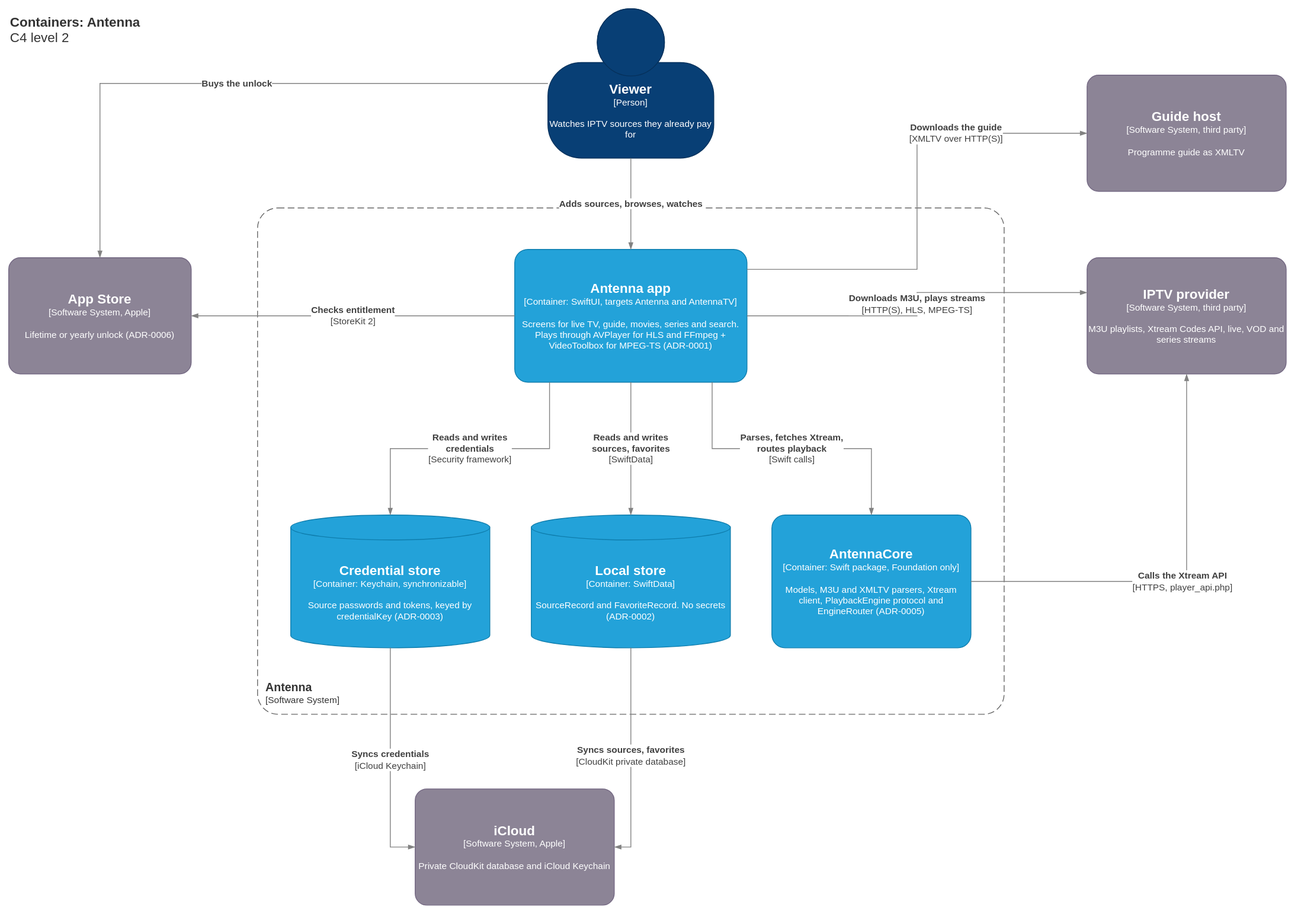
Earlier version of the draw.io export docs/architecture/c4-container.drawio.svg (OlofLoov/antenna). Source tidied: cells renumbered, new cells last; positions are measured from the earlier drawing's top-left corner, leaving out a move shared by most shapes. Its diagram source:
```xml
<mxGraphModel background="#ffffff">
  <root>
    <mxCell id="0" />
    <mxCell id="1" parent="0" />
    <mxCell id="2" value="&lt;b&gt;Containers: Antenna&lt;/b&gt;&lt;div&gt;C4 level 2&lt;/div&gt;" style="text;html=1;align=left;verticalAlign=top;fontSize=16;fontColor=#333333;" parent="1" vertex="1">
      <mxGeometry width="300" height="50" as="geometry" />
    </mxCell>
    <mxCell id="3" value="&lt;font style='font-size:16px'&gt;&lt;b&gt;Viewer&lt;/b&gt;&lt;/font&gt;&lt;div&gt;[Person]&lt;/div&gt;&lt;br&gt;&lt;div&gt;Watches IPTV sources they already pay for&lt;/div&gt;" style="html=1;fontSize=11;dashed=0;whiteSpace=wrap;fillColor=#083F75;strokeColor=#06315C;fontColor=#ffffff;shape=mxgraph.c4.person2;align=center;points=[[0.5,0,0],[1,0.5,0],[1,0.75,0],[0.75,1,0],[0.5,1,0],[0.25,1,0],[0,0.75,0],[0,0.5,0]];" parent="1" vertex="1">
      <mxGeometry x="650" width="200" height="180" as="geometry" />
    </mxCell>
    <mxCell id="4" value="&lt;font style='font-size:14px'&gt;&lt;b&gt;Antenna&lt;/b&gt;&lt;/font&gt;&lt;div&gt;[Software System]&lt;/div&gt;" style="rounded=1;fontSize=11;whiteSpace=wrap;html=1;dashed=1;arcSize=4;fillColor=none;strokeColor=#666666;fontColor=#333333;labelBackgroundColor=none;align=left;verticalAlign=bottom;spacing=10;dashPattern=8 4;" parent="1" vertex="1">
      <mxGeometry x="300" y="240" width="900" height="610" as="geometry" />
    </mxCell>
    <mxCell id="5" value="&lt;font style='font-size:16px'&gt;&lt;b&gt;Antenna app&lt;/b&gt;&lt;/font&gt;&lt;div&gt;[Container: SwiftUI, targets Antenna and AntennaTV]&lt;/div&gt;&lt;br&gt;&lt;div&gt;Screens for live TV, guide, movies, series and search. Plays through AVPlayer for HLS and FFmpeg + VideoToolbox for MPEG-TS (ADR-0001)&lt;/div&gt;" style="rounded=1;whiteSpace=wrap;html=1;labelBackgroundColor=none;fillColor=#23A2D9;fontColor=#ffffff;align=center;arcSize=10;strokeColor=#0E7DAD;fontSize=11;" parent="1" vertex="1">
      <mxGeometry x="610" y="290" width="280" height="160" as="geometry" />
    </mxCell>
    <mxCell id="6" value="&lt;font style='font-size:16px'&gt;&lt;b&gt;Credential store&lt;/b&gt;&lt;/font&gt;&lt;div&gt;[Container: Keychain, synchronizable]&lt;/div&gt;&lt;br&gt;&lt;div&gt;Source passwords and tokens, keyed by credentialKey (ADR-0003)&lt;/div&gt;" style="shape=cylinder3;size=15;boundedLbl=1;whiteSpace=wrap;html=1;labelBackgroundColor=none;fillColor=#23A2D9;fontColor=#ffffff;align=center;strokeColor=#0E7DAD;fontSize=11;" parent="1" vertex="1">
      <mxGeometry x="340" y="610" width="240" height="160" as="geometry" />
    </mxCell>
    <mxCell id="7" value="&lt;font style='font-size:16px'&gt;&lt;b&gt;Local store&lt;/b&gt;&lt;/font&gt;&lt;div&gt;[Container: SwiftData]&lt;/div&gt;&lt;br&gt;&lt;div&gt;SourceRecord and FavoriteRecord. No secrets (ADR-0002)&lt;/div&gt;" style="shape=cylinder3;size=15;boundedLbl=1;whiteSpace=wrap;html=1;labelBackgroundColor=none;fillColor=#23A2D9;fontColor=#ffffff;align=center;strokeColor=#0E7DAD;fontSize=11;" parent="1" vertex="1">
      <mxGeometry x="630" y="610" width="240" height="160" as="geometry" />
    </mxCell>
    <mxCell id="8" value="&lt;font style='font-size:16px'&gt;&lt;b&gt;AntennaCore&lt;/b&gt;&lt;/font&gt;&lt;div&gt;[Container: Swift package, Foundation only]&lt;/div&gt;&lt;br&gt;&lt;div&gt;Models, M3U and XMLTV parsers, Xtream client, PlaybackEngine protocol and EngineRouter (ADR-0005)&lt;/div&gt;" style="rounded=1;whiteSpace=wrap;html=1;labelBackgroundColor=none;fillColor=#23A2D9;fontColor=#ffffff;align=center;arcSize=10;strokeColor=#0E7DAD;fontSize=11;" parent="1" vertex="1">
      <mxGeometry x="920" y="610" width="240" height="160" as="geometry" />
    </mxCell>
    <mxCell id="9" value="&lt;font style='font-size:16px'&gt;&lt;b&gt;App Store&lt;/b&gt;&lt;/font&gt;&lt;div&gt;[Software System, Apple]&lt;/div&gt;&lt;br&gt;&lt;div&gt;Lifetime or yearly unlock (ADR-0006)&lt;/div&gt;" style="rounded=1;whiteSpace=wrap;html=1;labelBackgroundColor=none;fillColor=#8C8496;fontColor=#ffffff;align=center;arcSize=10;strokeColor=#736782;fontSize=11;" parent="1" vertex="1">
      <mxGeometry y="300" width="220" height="140" as="geometry" />
    </mxCell>
    <mxCell id="10" value="&lt;font style='font-size:16px'&gt;&lt;b&gt;iCloud&lt;/b&gt;&lt;/font&gt;&lt;div&gt;[Software System, Apple]&lt;/div&gt;&lt;br&gt;&lt;div&gt;Private CloudKit database and iCloud Keychain&lt;/div&gt;" style="rounded=1;whiteSpace=wrap;html=1;labelBackgroundColor=none;fillColor=#8C8496;fontColor=#ffffff;align=center;arcSize=10;strokeColor=#736782;fontSize=11;" parent="1" vertex="1">
      <mxGeometry x="490" y="940" width="240" height="140" as="geometry" />
    </mxCell>
    <mxCell id="11" value="&lt;font style='font-size:16px'&gt;&lt;b&gt;IPTV provider&lt;/b&gt;&lt;/font&gt;&lt;div&gt;[Software System, third party]&lt;/div&gt;&lt;br&gt;&lt;div&gt;M3U playlists, Xtream Codes API, live, VOD and series streams&lt;/div&gt;" style="rounded=1;whiteSpace=wrap;html=1;labelBackgroundColor=none;fillColor=#8C8496;fontColor=#ffffff;align=center;arcSize=10;strokeColor=#736782;fontSize=11;" parent="1" vertex="1">
      <mxGeometry x="1300" y="300" width="240" height="140" as="geometry" />
    </mxCell>
    <mxCell id="12" value="&lt;font style='font-size:16px'&gt;&lt;b&gt;Guide host&lt;/b&gt;&lt;/font&gt;&lt;div&gt;[Software System, third party]&lt;/div&gt;&lt;br&gt;&lt;div&gt;Programme guide as XMLTV&lt;/div&gt;" style="rounded=1;whiteSpace=wrap;html=1;labelBackgroundColor=none;fillColor=#8C8496;fontColor=#ffffff;align=center;arcSize=10;strokeColor=#736782;fontSize=11;" parent="1" vertex="1">
      <mxGeometry x="1300" y="80" width="240" height="140" as="geometry" />
    </mxCell>
    <mxCell id="13" value="&lt;b&gt;Adds sources, browses, watches&lt;/b&gt;" style="endArrow=blockThin;html=1;fontSize=11;fontColor=#404040;endFill=1;strokeColor=#828282;edgeStyle=orthogonalEdgeStyle;rounded=0;labelBackgroundColor=#ffffff;" parent="1" edge="1" source="3" target="5">
      <mxGeometry relative="1" as="geometry" />
    </mxCell>
    <mxCell id="14" value="&lt;b&gt;Buys the unlock&lt;/b&gt;" style="endArrow=blockThin;html=1;fontSize=11;fontColor=#404040;endFill=1;strokeColor=#828282;edgeStyle=orthogonalEdgeStyle;rounded=0;labelBackgroundColor=#ffffff;exitX=0;exitY=0.5;entryX=0.5;entryY=0;" parent="1" edge="1" source="3" target="9">
      <mxGeometry relative="1" as="geometry" />
    </mxCell>
    <mxCell id="15" value="&lt;b&gt;Checks entitlement&lt;/b&gt;&lt;div&gt;[StoreKit 2]&lt;/div&gt;" style="endArrow=blockThin;html=1;fontSize=11;fontColor=#404040;endFill=1;strokeColor=#828282;edgeStyle=orthogonalEdgeStyle;rounded=0;labelBackgroundColor=#ffffff;exitX=0;exitY=0.5;entryX=1;entryY=0.5;" parent="1" edge="1" source="5" target="9">
      <mxGeometry relative="1" as="geometry" />
    </mxCell>
    <mxCell id="16" value="&lt;b&gt;Reads and writes&lt;br&gt;credentials&lt;/b&gt;&lt;div&gt;[Security framework]&lt;/div&gt;" style="endArrow=blockThin;html=1;fontSize=11;fontColor=#404040;endFill=1;strokeColor=#828282;edgeStyle=orthogonalEdgeStyle;rounded=0;labelBackgroundColor=#ffffff;exitX=0.15;exitY=1;entryX=0.5;entryY=0;" parent="1" edge="1" source="5" target="6">
      <mxGeometry relative="1" as="geometry" />
    </mxCell>
    <mxCell id="17" value="&lt;b&gt;Reads and writes&lt;br&gt;sources, favorites&lt;/b&gt;&lt;div&gt;[SwiftData]&lt;/div&gt;" style="endArrow=blockThin;html=1;fontSize=11;fontColor=#404040;endFill=1;strokeColor=#828282;edgeStyle=orthogonalEdgeStyle;rounded=0;labelBackgroundColor=#ffffff;exitX=0.5;exitY=1;entryX=0.5;entryY=0;" parent="1" edge="1" source="5" target="7">
      <mxGeometry relative="1" as="geometry" />
    </mxCell>
    <mxCell id="18" value="&lt;b&gt;Parses, fetches Xtream,&lt;br&gt;routes playback&lt;/b&gt;&lt;div&gt;[Swift calls]&lt;/div&gt;" style="endArrow=blockThin;html=1;fontSize=11;fontColor=#404040;endFill=1;strokeColor=#828282;edgeStyle=orthogonalEdgeStyle;rounded=0;labelBackgroundColor=#ffffff;exitX=0.85;exitY=1;entryX=0.5;entryY=0;" parent="1" edge="1" source="5" target="8">
      <mxGeometry relative="1" as="geometry" />
    </mxCell>
    <mxCell id="19" value="&lt;b&gt;Downloads M3U, plays streams&lt;/b&gt;&lt;div&gt;[HTTP(S), HLS, MPEG-TS]&lt;/div&gt;" style="endArrow=blockThin;html=1;fontSize=11;fontColor=#404040;endFill=1;strokeColor=#828282;edgeStyle=orthogonalEdgeStyle;rounded=0;labelBackgroundColor=#ffffff;exitX=1;exitY=0.5;entryX=0;entryY=0.3;" parent="1" edge="1" source="5" target="11">
      <mxGeometry relative="1" as="geometry" />
    </mxCell>
    <mxCell id="20" value="&lt;b&gt;Downloads the guide&lt;/b&gt;&lt;div&gt;[XMLTV over HTTP(S)]&lt;/div&gt;" style="endArrow=blockThin;html=1;fontSize=11;fontColor=#404040;endFill=1;strokeColor=#828282;edgeStyle=orthogonalEdgeStyle;rounded=0;labelBackgroundColor=#ffffff;exitX=1;exitY=0.15;entryX=0;entryY=0.5;" parent="1" edge="1" source="5" target="12">
      <mxGeometry x="0.45" relative="1" as="geometry" />
    </mxCell>
    <mxCell id="21" value="&lt;b&gt;Calls the Xtream API&lt;/b&gt;&lt;div&gt;[HTTPS, player_api.php]&lt;/div&gt;" style="endArrow=blockThin;html=1;fontSize=11;fontColor=#404040;endFill=1;strokeColor=#828282;edgeStyle=orthogonalEdgeStyle;rounded=0;labelBackgroundColor=#ffffff;exitX=1;exitY=0.5;entryX=0.5;entryY=1;" parent="1" edge="1" source="8" target="11">
      <mxGeometry relative="1" as="geometry" />
    </mxCell>
    <mxCell id="22" value="&lt;b&gt;Syncs credentials&lt;/b&gt;&lt;div&gt;[iCloud Keychain]&lt;/div&gt;" style="endArrow=blockThin;html=1;fontSize=11;fontColor=#404040;endFill=1;strokeColor=#828282;edgeStyle=orthogonalEdgeStyle;rounded=0;labelBackgroundColor=#ffffff;exitX=0.5;exitY=1;entryX=0;entryY=0.5;" parent="1" edge="1" source="6" target="10">
      <mxGeometry relative="1" as="geometry" />
    </mxCell>
    <mxCell id="23" value="&lt;b&gt;Syncs sources, favorites&lt;/b&gt;&lt;div&gt;[CloudKit private database]&lt;/div&gt;" style="endArrow=blockThin;html=1;fontSize=11;fontColor=#404040;endFill=1;strokeColor=#828282;edgeStyle=orthogonalEdgeStyle;rounded=0;labelBackgroundColor=#ffffff;exitX=0.5;exitY=1;entryX=1;entryY=0.5;" parent="1" edge="1" source="7" target="10">
      <mxGeometry relative="1" as="geometry" />
    </mxCell>
  </root>
</mxGraphModel>
```
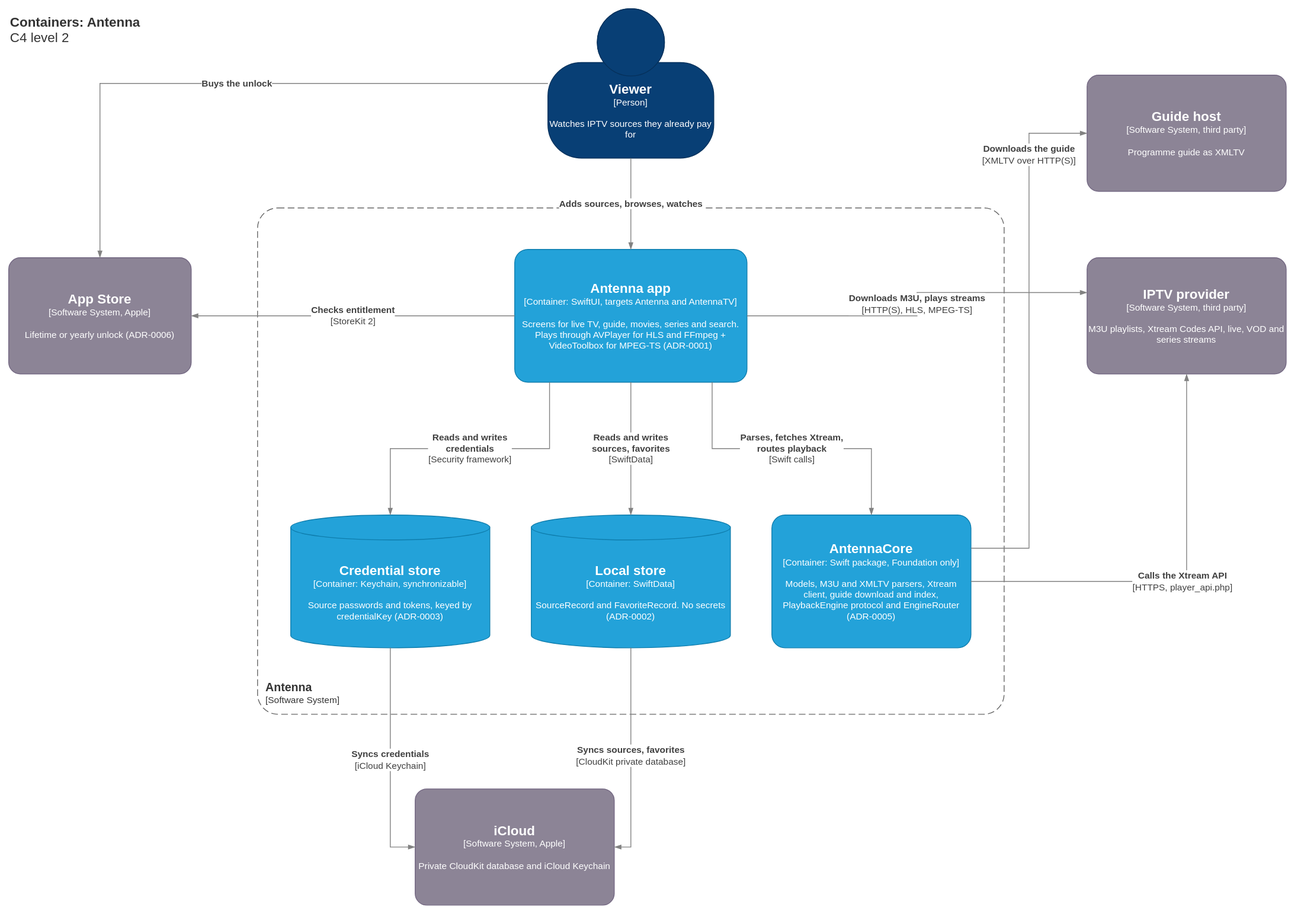
The same diagram one commit later.

Commit message:
docs(docs): draw the guide download from AntennaCore

The guide engine in AntennaCore now makes the XMLTV request, so the
container diagram routes "Downloads the guide" from AntennaCore to the
guide host and lists the guide download in its description.

Spec: 0014

The edit, as a diff of the source:
```diff
@@ -20,7 +20,7 @@
     <mxCell id="7" value="&lt;font style='font-size:16px'&gt;&lt;b&gt;Local store&lt;/b&gt;&lt;/font&gt;&lt;div&gt;[Container: SwiftData]&lt;/div&gt;&lt;br&gt;&lt;div&gt;SourceRecord and FavoriteRecord. No secrets (ADR-0002)&lt;/div&gt;" style="shape=cylinder3;size=15;boundedLbl=1;whiteSpace=wrap;html=1;labelBackgroundColor=none;fillColor=#23A2D9;fontColor=#ffffff;align=center;strokeColor=#0E7DAD;fontSize=11;" parent="1" vertex="1">
       <mxGeometry x="630" y="610" width="240" height="160" as="geometry" />
     </mxCell>
-    <mxCell id="8" value="&lt;font style='font-size:16px'&gt;&lt;b&gt;AntennaCore&lt;/b&gt;&lt;/font&gt;&lt;div&gt;[Container: Swift package, Foundation only]&lt;/div&gt;&lt;br&gt;&lt;div&gt;Models, M3U and XMLTV parsers, Xtream client, PlaybackEngine protocol and EngineRouter (ADR-0005)&lt;/div&gt;" style="rounded=1;whiteSpace=wrap;html=1;labelBackgroundColor=none;fillColor=#23A2D9;fontColor=#ffffff;align=center;arcSize=10;strokeColor=#0E7DAD;fontSize=11;" parent="1" vertex="1">
+    <mxCell id="8" value="&lt;font style='font-size:16px'&gt;&lt;b&gt;AntennaCore&lt;/b&gt;&lt;/font&gt;&lt;div&gt;[Container: Swift package, Foundation only]&lt;/div&gt;&lt;br&gt;&lt;div&gt;Models, M3U and XMLTV parsers, Xtream client, guide download and index, PlaybackEngine protocol and EngineRouter (ADR-0005)&lt;/div&gt;" style="rounded=1;whiteSpace=wrap;html=1;labelBackgroundColor=none;fillColor=#23A2D9;fontColor=#ffffff;align=center;arcSize=10;strokeColor=#0E7DAD;fontSize=11;" parent="1" vertex="1">
       <mxGeometry x="920" y="610" width="240" height="160" as="geometry" />
     </mxCell>
     <mxCell id="9" value="&lt;font style='font-size:16px'&gt;&lt;b&gt;App Store&lt;/b&gt;&lt;/font&gt;&lt;div&gt;[Software System, Apple]&lt;/div&gt;&lt;br&gt;&lt;div&gt;Lifetime or yearly unlock (ADR-0006)&lt;/div&gt;" style="rounded=1;whiteSpace=wrap;html=1;labelBackgroundColor=none;fillColor=#8C8496;fontColor=#ffffff;align=center;arcSize=10;strokeColor=#736782;fontSize=11;" parent="1" vertex="1">
@@ -56,8 +56,13 @@
     <mxCell id="19" value="&lt;b&gt;Downloads M3U, plays streams&lt;/b&gt;&lt;div&gt;[HTTP(S), HLS, MPEG-TS]&lt;/div&gt;" style="endArrow=blockThin;html=1;fontSize=11;fontColor=#404040;endFill=1;strokeColor=#828282;edgeStyle=orthogonalEdgeStyle;rounded=0;labelBackgroundColor=#ffffff;exitX=1;exitY=0.5;entryX=0;entryY=0.3;" parent="1" edge="1" source="5" target="11">
       <mxGeometry relative="1" as="geometry" />
     </mxCell>
-    <mxCell id="20" value="&lt;b&gt;Downloads the guide&lt;/b&gt;&lt;div&gt;[XMLTV over HTTP(S)]&lt;/div&gt;" style="endArrow=blockThin;html=1;fontSize=11;fontColor=#404040;endFill=1;strokeColor=#828282;edgeStyle=orthogonalEdgeStyle;rounded=0;labelBackgroundColor=#ffffff;exitX=1;exitY=0.15;entryX=0;entryY=0.5;" parent="1" edge="1" source="5" target="12">
-      <mxGeometry x="0.45" relative="1" as="geometry" />
+    <mxCell id="20" value="&lt;b&gt;Downloads the guide&lt;/b&gt;&lt;div&gt;[XMLTV over HTTP(S)]&lt;/div&gt;" style="endArrow=blockThin;html=1;fontSize=11;fontColor=#404040;endFill=1;strokeColor=#828282;edgeStyle=orthogonalEdgeStyle;rounded=0;labelBackgroundColor=#ffffff;exitX=1;exitY=0.25;entryX=0;entryY=0.5;" parent="1" edge="1" source="8" target="12">
+      <mxGeometry x="0.7" relative="1" as="geometry">
+        <Array as="points">
+          <mxPoint x="1230" y="650" />
+          <mxPoint x="1230" y="150" />
+        </Array>
+      </mxGeometry>
     </mxCell>
     <mxCell id="21" value="&lt;b&gt;Calls the Xtream API&lt;/b&gt;&lt;div&gt;[HTTPS, player_api.php]&lt;/div&gt;" style="endArrow=blockThin;html=1;fontSize=11;fontColor=#404040;endFill=1;strokeColor=#828282;edgeStyle=orthogonalEdgeStyle;rounded=0;labelBackgroundColor=#ffffff;exitX=1;exitY=0.5;entryX=0.5;entryY=1;" parent="1" edge="1" source="8" target="11">
       <mxGeometry relative="1" as="geometry" />
```
